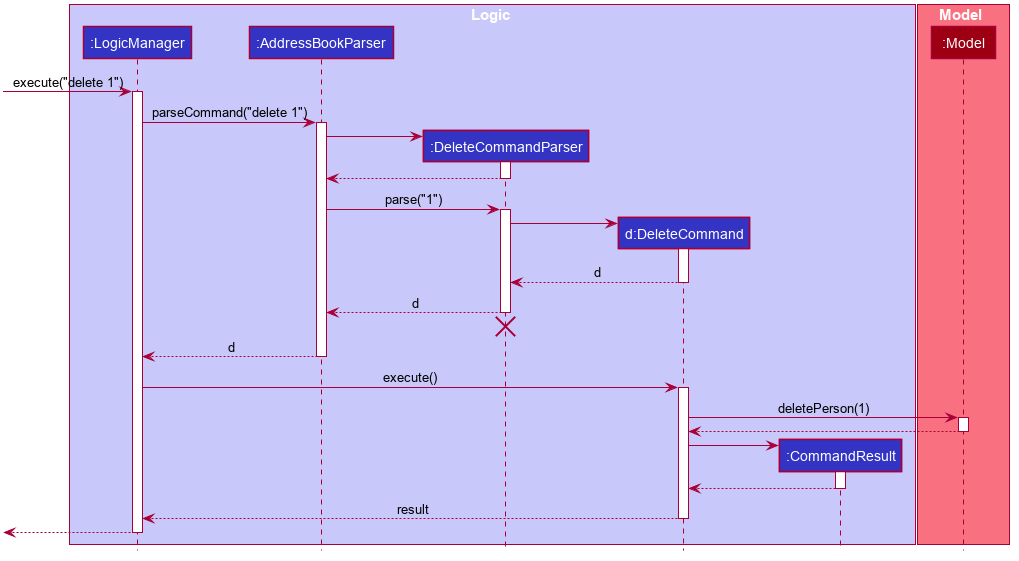
This is docs/images/DeleteSequenceDiagram.png from nus-cs2103-AY2021S2/tp, a PlantUML export, as it was before one commit.
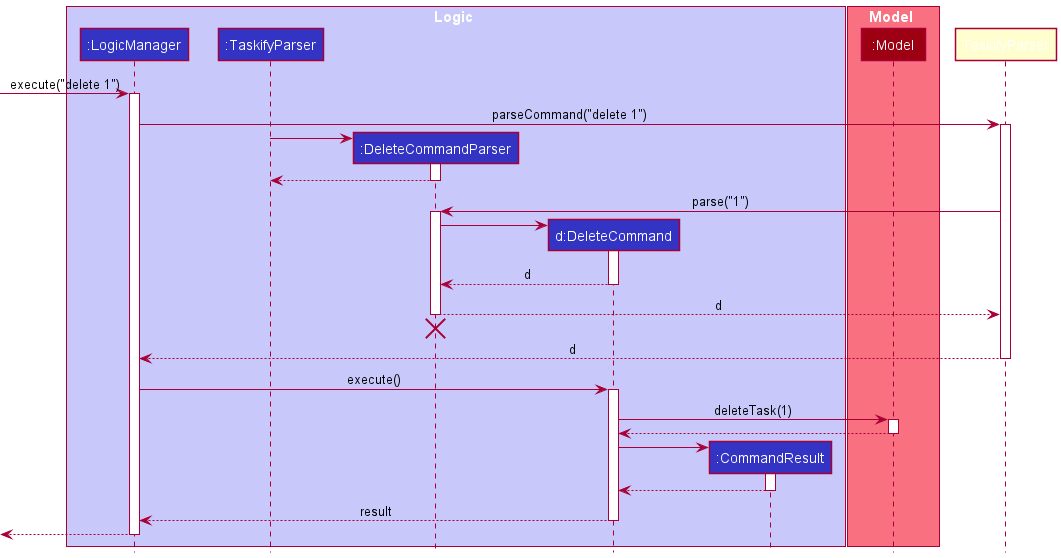
Above is the later version.

Commit message:
Change Delete Sequence Diagram

Diff of the diagram source:
```diff
@@ -1,70 +1,23 @@
 @startuml
+!include style.puml
 
-
-
-
-
-
-
-
-skinparam BackgroundColor #FFFFFFF
-
-skinparam Shadowing false
-
-skinparam Class {
-    FontColor #FFFFFF
-    BorderThickness 1
-    BorderColor #FFFFFF
-    StereotypeFontColor #FFFFFF
-    FontName Arial
-}
-
-skinparam Actor {
-    BorderColor #000000
-    Color #000000
-    FontName Arial
-}
-
-skinparam Sequence {
-    MessageAlign center
-    BoxFontSize 15
-    BoxPadding 0
-    BoxFontColor #FFFFFF
-    FontName Arial
-}
-
-skinparam Participant {
-    FontColor #FFFFFFF
-    Padding 20
-}
-
-skinparam MinClassWidth 50
-skinparam ParticipantPadding 10
-skinparam Shadowing false
-skinparam DefaultTextAlignment center
-skinparam packageStyle Rectangle
-
-hide footbox
-hide members
-hide circle
-
-box Logic #C8C8FA
-participant ":LogicManager" as LogicManager #3333C4
-participant ":AddressBookParser" as AddressBookParser #3333C4
-participant ":DeleteCommandParser" as DeleteCommandParser #3333C4
-participant "d:DeleteCommand" as DeleteCommand #3333C4
-participant ":CommandResult" as CommandResult #3333C4
+box Logic LOGIC_COLOR_T1
+participant ":LogicManager" as LogicManager LOGIC_COLOR
+participant ":TaskifyParser" as AddressBookParser LOGIC_COLOR
+participant ":DeleteCommandParser" as DeleteCommandParser LOGIC_COLOR
+participant "d:DeleteCommand" as DeleteCommand LOGIC_COLOR
+participant ":CommandResult" as CommandResult LOGIC_COLOR
 end box
 
-box Model #F97181
-participant ":Model" as Model #9D0012
+box Model MODEL_COLOR_T1
+participant ":Model" as Model MODEL_COLOR
 end box
 
 [-> LogicManager : execute("delete 1")
 activate LogicManager
 
-LogicManager -> AddressBookParser : parseCommand("delete 1")
-activate AddressBookParser
+LogicManager -> TaskifyParser : parseCommand("delete 1")
+activate TaskifyParser
 
 create DeleteCommandParser
 AddressBookParser -> DeleteCommandParser
@@ -73,7 +26,7 @@
 DeleteCommandParser --> AddressBookParser
 deactivate DeleteCommandParser
 
-AddressBookParser -> DeleteCommandParser : parse("1")
+TaskifyParser -> DeleteCommandParser : parse("1")
 activate DeleteCommandParser
 
 create DeleteCommand
@@ -83,18 +36,18 @@
 DeleteCommand --> DeleteCommandParser : d
 deactivate DeleteCommand
 
-DeleteCommandParser --> AddressBookParser : d
+DeleteCommandParser --> TaskifyParser : d
 deactivate DeleteCommandParser
-DeleteCommandParser -[hidden]-> AddressBookParser
+DeleteCommandParser -[hidden]-> TaskifyParser
 destroy DeleteCommandParser
 
-AddressBookParser --> LogicManager : d
-deactivate AddressBookParser
+TaskifyParser --> LogicManager : d
+deactivate TaskifyParser
 
 LogicManager -> DeleteCommand : execute()
 activate DeleteCommand
 
-DeleteCommand -> Model : deletePerson(1)
+DeleteCommand -> Model : deleteTask(1)
 activate Model
 
 Model --> DeleteCommand
```
